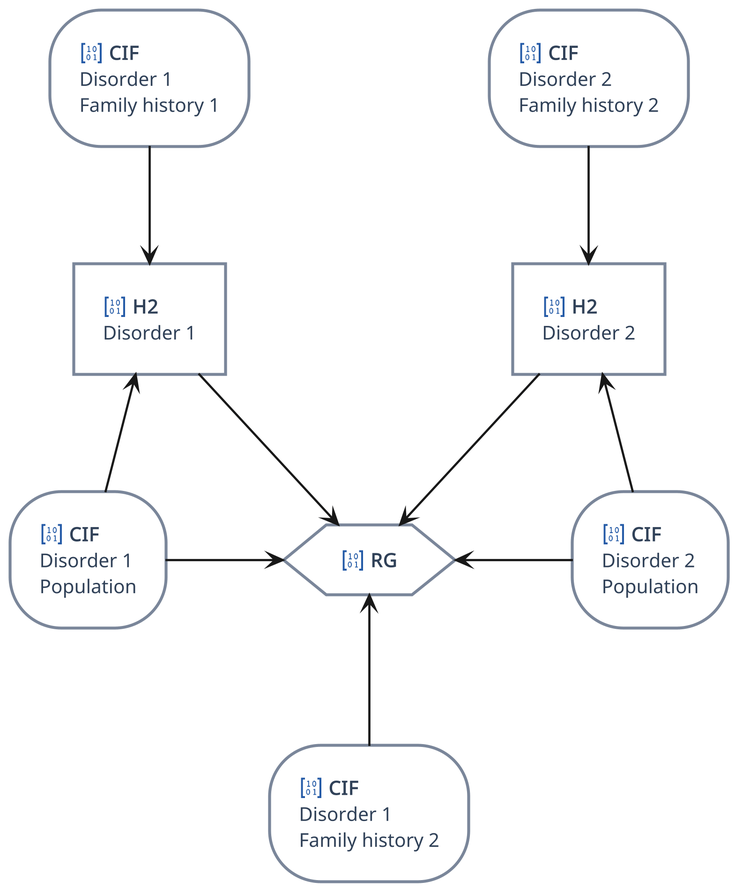
The PlantUML diagram guides/diagrams/pipeline-dag.png in BioPsyk/epimight, before a commit.
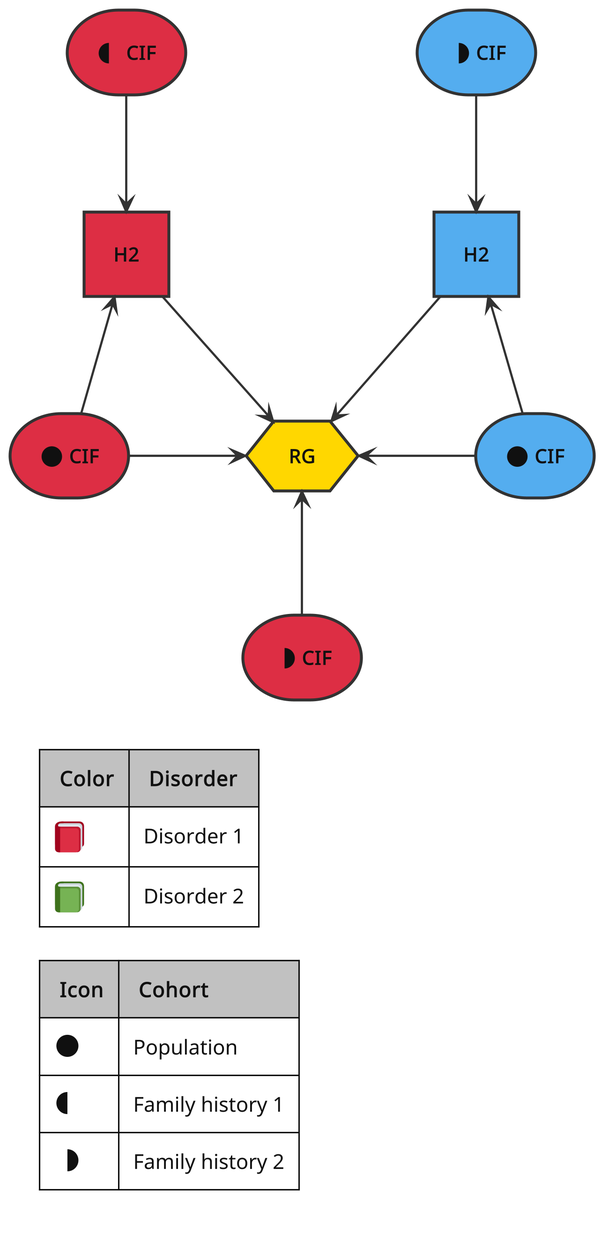
Above is the later version.

Commit message:
Adds simpler dag

What changed in the source:
```diff
@@ -1,10 +1,8 @@
 @startuml
-!include <material7.4.47/Database/DatabaseClock>
-!include <material7.4.47/Science/Flask>
-!include <material/account>
-!include <material/chart_line>
-!include <material/data>
-!include <material/database>
+!include <material7.4.47/AccountUser/AccountGroup>
+!include <material7.4.47/Weather/MoonFull>
+!include <material7.4.47/Weather/MoonFirstQuarter>
+!include <material7.4.47/Weather/MoonLastQuarter>
 !include <material/matrix>
 !include ../diagrams/ibp.puml
 
@@ -12,19 +10,24 @@
 skinparam ranksep 80
 
 <style>
+  root {
+    LineColor #333333
+    FontColor #111111
+  }
+
   rectangle {
     RoundCorner 0
   }
 </style>
 
-storage "<color:#255ba7><$ma_matrix{scale=0.35}></color> **CIF**\nDisorder 1\nPopulation" as cif_d1_pop
-storage "<color:#255ba7><$ma_matrix{scale=0.35}></color> **CIF**\nDisorder 1\nFamily history 1" as cif_d1_fh1
-storage "<color:#255ba7><$ma_matrix{scale=0.35}></color> **CIF**\nDisorder 2\nPopulation" as cif_d2_pop
-storage "<color:#255ba7><$ma_matrix{scale=0.35}></color> **CIF**\nDisorder 2\nFamily history 2" as cif_d2_fh2
-storage "<color:#255ba7><$ma_matrix{scale=0.35}></color> **CIF**\nDisorder 1\nFamily history 2" as cif_d1_fh2
-rectangle "<color:#255ba7><$ma_matrix{scale=0.35}></color> **H2**\nDisorder 1" as h2_d1
-rectangle "<color:#255ba7><$ma_matrix{scale=0.35}></color> **H2**\nDisorder 2" as h2_d2
-hexagon "<color:#255ba7><$ma_matrix{scale=0.35}></color> **RG**" as rg
+storage "<$mdiMoonFull{scale=0.35}> **CIF**" as cif_d1_pop #dd2e44
+storage "<$mdiMoonLastQuarter{scale=0.35}> **CIF**" as cif_d1_fh1 #dd2e44
+storage "<$mdiMoonFull{scale=0.35}> **CIF**" as cif_d2_pop #54adef
+storage "<$mdiMoonFirstQuarter{scale=0.35}> **CIF**" as cif_d2_fh2 #54adef
+storage "<$mdiMoonFirstQuarter{scale=0.35}> **CIF**" as cif_d1_fh2 #dd2e44
+rectangle "**H2**" as h2_d1 #dd2e44
+rectangle "**H2**" as h2_d2 #54adef
+hexagon "**RG**" as rg #ffd600
 
 cif_d2_pop -UP-> h2_d2
 cif_d2_fh2 --> h2_d2
@@ -37,4 +40,15 @@
 cif_d2_pop -LEFT-> rg
 h2_d1 --> rg
 h2_d2 --> rg
+
+legend left
+  <#silver>|= Color|= Disorder|
+  |<b><:closed_book:></b>|Disorder 1|
+  |<b><:green_book:></b>|Disorder 2|
+
+  <#silver>|= Icon|= Cohort|
+  |<b><$mdiMoonFull{scale=0.35}></b>|Population|
+  |<b><$mdiMoonLastQuarter{scale=0.35}></b>|Family history 1|
+  |<b><$mdiMoonFirstQuarter{scale=0.35}></b>|Family history 2|
+endlegend
 @enduml
```
